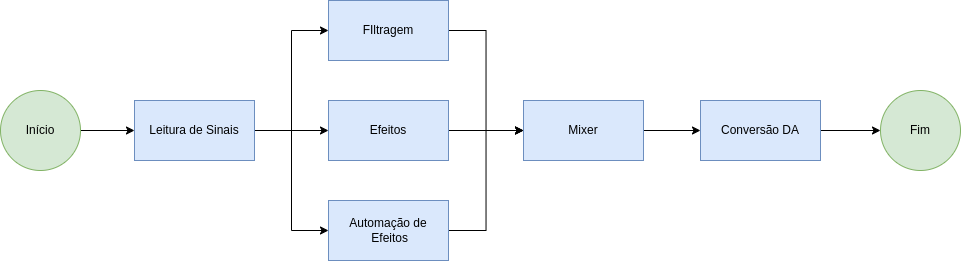
Above: graphs/diagrama_subpartes.drawio.png in joselitopradomarques/tcc (draw.io), before the change. Source tidied: cells renumbered, new cells last; positions are measured from the earlier drawing's top-left corner, leaving out a move shared by most shapes.
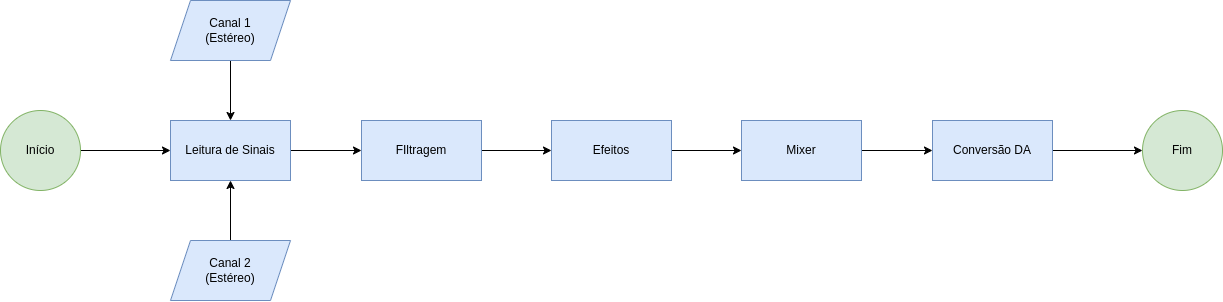
Above is the later version.

What changed in the source:
```diff
@@ -2,47 +2,35 @@
   <root>
     <mxCell id="0" />
     <mxCell id="1" parent="0" />
-    <mxCell id="2" style="edgeStyle=none;html=1;entryX=0;entryY=0.5;entryDx=0;entryDy=0;" parent="1" edge="1" source="5" target="7">
+    <mxCell id="2" style="edgeStyle=none;html=1;entryX=0;entryY=0.5;entryDx=0;entryDy=0;exitX=1;exitY=0.5;exitDx=0;exitDy=0;" parent="1" edge="1" source="11" target="7">
       <mxGeometry relative="1" as="geometry" />
     </mxCell>
-    <mxCell id="3" style="edgeStyle=orthogonalEdgeStyle;html=1;entryX=0;entryY=0.5;entryDx=0;entryDy=0;rounded=0;" parent="1" edge="1" source="5" target="9">
-      <mxGeometry relative="1" as="geometry" />
-    </mxCell>
     <mxCell id="4" style="edgeStyle=orthogonalEdgeStyle;rounded=0;html=1;entryX=0;entryY=0.5;entryDx=0;entryDy=0;" parent="1" edge="1" source="5" target="11">
       <mxGeometry relative="1" as="geometry" />
     </mxCell>
     <mxCell id="5" value="Leitura de Sinais" style="rounded=0;whiteSpace=wrap;html=1;fillColor=#dae8fc;strokeColor=#6c8ebf;" parent="1" vertex="1">
-      <mxGeometry x="134" y="100" width="120" height="60" as="geometry" />
+      <mxGeometry x="170" y="100" width="120" height="60" as="geometry" />
     </mxCell>
     <mxCell id="6" style="edgeStyle=none;html=1;entryX=0;entryY=0.5;entryDx=0;entryDy=0;" parent="1" edge="1" source="7" target="13">
       <mxGeometry relative="1" as="geometry" />
     </mxCell>
     <mxCell id="7" value="Efeitos" style="rounded=0;whiteSpace=wrap;html=1;fillColor=#dae8fc;strokeColor=#6c8ebf;" parent="1" vertex="1">
-      <mxGeometry x="328" y="100" width="120" height="60" as="geometry" />
+      <mxGeometry x="551" y="100" width="120" height="60" as="geometry" />
     </mxCell>
-    <mxCell id="8" style="edgeStyle=orthogonalEdgeStyle;rounded=0;html=1;entryX=0;entryY=0.5;entryDx=0;entryDy=0;" parent="1" edge="1" source="9" target="13">
-      <mxGeometry relative="1" as="geometry" />
-    </mxCell>
-    <mxCell id="9" value="Automação de&lt;br&gt;&amp;nbsp;Efeitos" style="rounded=0;whiteSpace=wrap;html=1;fillColor=#dae8fc;strokeColor=#6c8ebf;" parent="1" vertex="1">
-      <mxGeometry x="328" y="200" width="120" height="60" as="geometry" />
-    </mxCell>
-    <mxCell id="10" style="edgeStyle=orthogonalEdgeStyle;rounded=0;html=1;entryX=0;entryY=0.5;entryDx=0;entryDy=0;" parent="1" edge="1" source="11" target="13">
-      <mxGeometry relative="1" as="geometry" />
-    </mxCell>
     <mxCell id="11" value="FIltragem" style="rounded=0;whiteSpace=wrap;html=1;fillColor=#dae8fc;strokeColor=#6c8ebf;" parent="1" vertex="1">
-      <mxGeometry x="328" width="120" height="60" as="geometry" />
+      <mxGeometry x="361" y="100" width="120" height="60" as="geometry" />
     </mxCell>
     <mxCell id="12" style="edgeStyle=none;html=1;entryX=0;entryY=0.5;entryDx=0;entryDy=0;" parent="1" edge="1" source="13" target="15">
       <mxGeometry relative="1" as="geometry" />
     </mxCell>
     <mxCell id="13" value="Mixer" style="rounded=0;whiteSpace=wrap;html=1;fillColor=#dae8fc;strokeColor=#6c8ebf;" parent="1" vertex="1">
-      <mxGeometry x="523" y="100" width="120" height="60" as="geometry" />
+      <mxGeometry x="741" y="100" width="120" height="60" as="geometry" />
     </mxCell>
     <mxCell id="14" style="edgeStyle=none;html=1;entryX=0;entryY=0.5;entryDx=0;entryDy=0;" parent="1" edge="1" source="15" target="18">
       <mxGeometry relative="1" as="geometry" />
     </mxCell>
     <mxCell id="15" value="Conversão DA" style="rounded=0;whiteSpace=wrap;html=1;fillColor=#dae8fc;strokeColor=#6c8ebf;" parent="1" vertex="1">
-      <mxGeometry x="700" y="100" width="120" height="60" as="geometry" />
+      <mxGeometry x="932" y="100" width="120" height="60" as="geometry" />
     </mxCell>
     <mxCell id="16" style="edgeStyle=none;html=1;" parent="1" edge="1" source="17" target="5">
       <mxGeometry relative="1" as="geometry" />
@@ -51,7 +39,19 @@
       <mxGeometry y="90" width="80" height="80" as="geometry" />
     </mxCell>
     <mxCell id="18" value="Fim" style="ellipse;whiteSpace=wrap;html=1;fillColor=#d5e8d4;strokeColor=#82b366;" parent="1" vertex="1">
-      <mxGeometry x="880" y="90" width="80" height="80" as="geometry" />
+      <mxGeometry x="1142" y="90" width="80" height="80" as="geometry" />
     </mxCell>
+    <mxCell id="19" style="edgeStyle=none;html=1;entryX=0.5;entryY=0;entryDx=0;entryDy=0;" parent="1" edge="1" source="20" target="5">
+      <mxGeometry relative="1" as="geometry" />
+    </mxCell>
+    <mxCell id="20" value="Canal 1&lt;br&gt;(Estéreo)" style="shape=parallelogram;perimeter=parallelogramPerimeter;whiteSpace=wrap;html=1;fixedSize=1;fillColor=#dae8fc;strokeColor=#6c8ebf;" parent="1" vertex="1">
+      <mxGeometry x="170" y="-20" width="120" height="60" as="geometry" />
+    </mxCell>
+    <mxCell id="21" style="edgeStyle=none;html=1;entryX=0.5;entryY=1;entryDx=0;entryDy=0;" parent="1" edge="1" source="22" target="5">
+      <mxGeometry relative="1" as="geometry" />
+    </mxCell>
+    <mxCell id="22" value="Canal 2&lt;br&gt;(Estéreo)" style="shape=parallelogram;perimeter=parallelogramPerimeter;whiteSpace=wrap;html=1;fixedSize=1;fillColor=#dae8fc;strokeColor=#6c8ebf;" parent="1" vertex="1">
+      <mxGeometry x="170" y="220" width="120" height="60" as="geometry" />
+    </mxCell>
   </root>
 </mxGraphModel>
```
